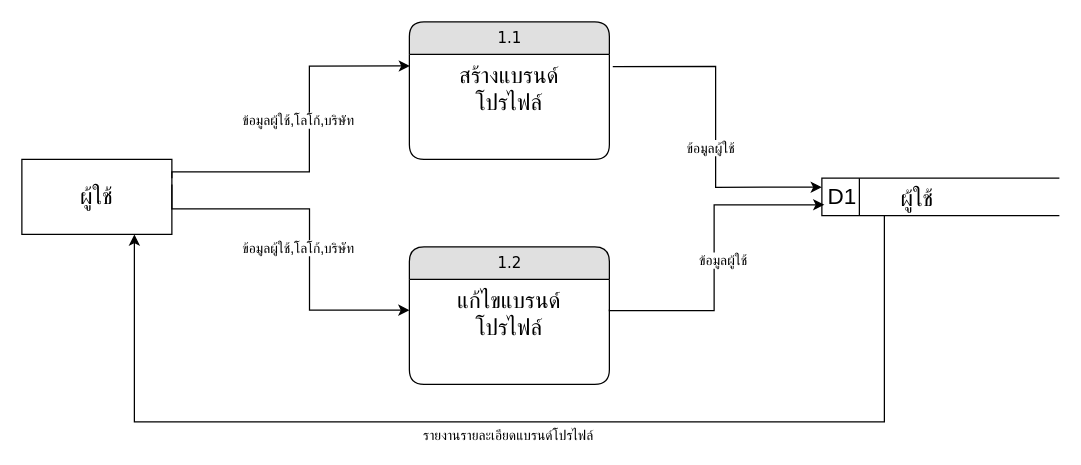
This is dataflow-pms-1.0.drawio from NewSnooker/it-udvc-pms, a draw.io file, before an edit. Source tidied: cells renumbered, new cells numbered last; positions are measured from the earlier drawing's top-left corner, leaving out a move shared by most shapes. Both pictures are drawn from the tidied source at 125%, with x=0, y=0 at pixel (21, 21).
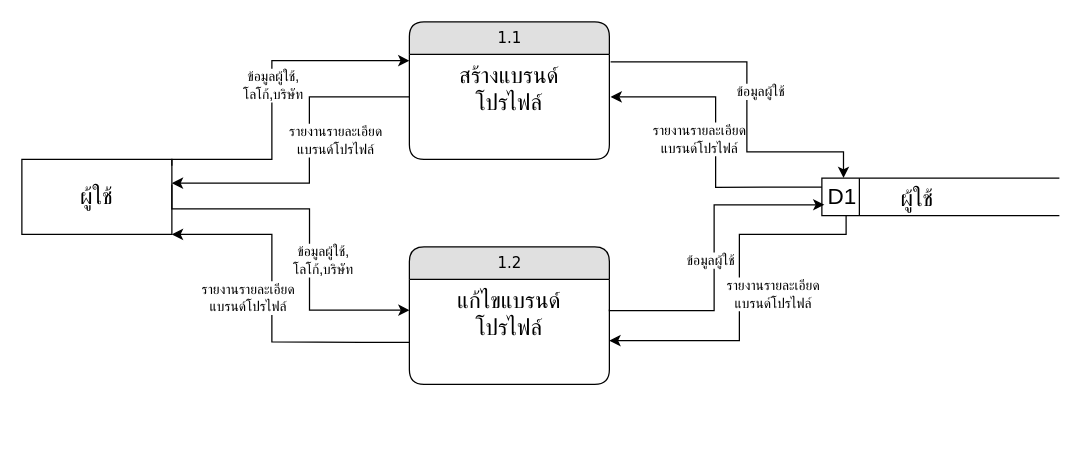
After the change.

The change refers to these unchanged cells:
```xml
<mxCell id="3" value="&lt;span style=&quot;font-size: 18px;&quot;&gt;สร้างแบรนด์&lt;br&gt;โปรไฟล์&lt;/span&gt;" style="text;html=1;strokeColor=none;fillColor=none;spacingLeft=4;spacingRight=4;whiteSpace=wrap;overflow=hidden;points=[[0,0.5],[1,0.5]];portConstraint=eastwest;align=center;" parent="2" vertex="1">
  <mxGeometry y="26" width="160" height="54" as="geometry" />
</mxCell>
<mxCell id="4" value="&lt;span style=&quot;font-size: 18px; text-wrap-mode: nowrap;&quot;&gt;ผู้ใช้&lt;/span&gt;" style="rounded=0;whiteSpace=wrap;html=1;" parent="1" vertex="1">
  <mxGeometry y="110" width="120" height="60" as="geometry" />
</mxCell>
<mxCell id="7" style="group;" parent="1" vertex="1">
  <mxGeometry x="640" y="125" width="190" height="30" as="geometry" />
</mxCell>
<mxCell id="8" value="&lt;font style=&quot;font-size: 18px;&quot;&gt;D1&lt;/font&gt;" style="html=1;dashed=0;whiteSpace=wrap;shape=mxgraph.dfd.dataStoreID;align=left;spacingLeft=3;points=[[0,0],[0.5,0],[1,0],[0,0.5],[1,0.5],[0,1],[0.5,1],[1,1]];" parent="7" vertex="1">
  <mxGeometry width="190" height="30" as="geometry" />
</mxCell>
<mxCell id="13" value="&lt;span style=&quot;font-size: 18px;&quot;&gt;แก้ไขแบรนด์&lt;br&gt;โปรไฟล์&lt;/span&gt;" style="text;html=1;strokeColor=none;fillColor=none;spacingLeft=4;spacingRight=4;whiteSpace=wrap;overflow=hidden;points=[[0,0.5],[1,0.5]];portConstraint=eastwest;align=center;" parent="12" vertex="1">
  <mxGeometry y="26" width="160" height="54" as="geometry" />
</mxCell>
<mxCell id="14" style="endArrow=classic;html=1;rounded=0;exitX=0.999;exitY=0.656;exitDx=0;exitDy=0;entryX=0.003;entryY=0.172;entryDx=0;entryDy=0;entryPerimeter=0;edgeStyle=orthogonalEdgeStyle;exitPerimeter=0;" parent="1" edge="1">
  <mxGeometry relative="1" as="geometry">
    <mxPoint x="120" y="130" as="sourcePoint" />
    <mxPoint x="310.1" y="230.6" as="targetPoint" />
    <Array as="points">
      <mxPoint x="230.1" y="149.6" />
      <mxPoint x="230.1" y="230.6" />
    </Array>
  </mxGeometry>
</mxCell>
```

Change to the diagram source:
```diff
@@
-    <mxCell id="5" style="endArrow=classic;html=1;rounded=0;exitX=1;exitY=0.25;exitDx=0;exitDy=0;entryX=0.003;entryY=0.172;entryDx=0;entryDy=0;entryPerimeter=0;edgeStyle=orthogonalEdgeStyle;" parent="1" edge="1" source="4" target="3">
-      <mxGeometry relative="1" as="geometry">
-        <Array as="points">
-          <mxPoint x="120" y="120" />
-          <mxPoint x="230" y="120" />
-          <mxPoint x="230" y="35" />
-        </Array>
-      </mxGeometry>
-    </mxCell>
-    <mxCell id="6" value="ข้อมูลผู้ใช้,โลโก้,บริษัท" style="edgeLabel;html=1;align=center;verticalAlign=middle;rotation=0;" parent="5" vertex="1">
-      <mxGeometry x="-0.06" y="2" relative="1" as="geometry">
-        <mxPoint x="-8" y="-25" as="offset" />
-      </mxGeometry>
-    </mxCell>
@@
-    <mxCell id="10" style="endArrow=classic;html=1;rounded=0;exitX=1.017;exitY=0.18;exitDx=0;exitDy=0;exitPerimeter=0;entryX=0;entryY=0.242;entryDx=0;entryDy=0;entryPerimeter=0;edgeStyle=orthogonalEdgeStyle;" parent="1" edge="1" source="3" target="8">
-      <mxGeometry relative="1" as="geometry" />
+    <mxCell id="10" style="endArrow=classic;html=1;rounded=0;entryX=0;entryY=0.242;entryDx=0;entryDy=0;entryPerimeter=0;edgeStyle=orthogonalEdgeStyle;exitX=0;exitY=0.242;exitDx=0;exitDy=0;exitPerimeter=0;" parent="7" edge="1" source="8">
+      <mxGeometry relative="1" as="geometry">
+        <mxPoint x="-169" y="-65" as="targetPoint" />
+        <Array as="points">
+          <mxPoint x="-85" y="7" />
+          <mxPoint x="-85" y="-65" />
+          <mxPoint x="-169" y="-65" />
+        </Array>
+      </mxGeometry>
     </mxCell>
-    <mxCell id="11" value="ข้อมูลผู้ใช้" style="edgeLabel;html=1;align=center;verticalAlign=middle;" parent="1" vertex="1">
-      <mxGeometry x="550" y="100" as="geometry" />
+    <mxCell id="11" value="รายงานรายละเอียด&lt;div&gt;แบรนด์โปรไฟล์&lt;/div&gt;" style="edgeLabel;html=1;align=center;verticalAlign=middle;" parent="1" vertex="1">
+      <mxGeometry x="540" y="94" as="geometry">
+        <mxPoint x="1" y="-1" as="offset" />
+      </mxGeometry>
     </mxCell>
@@
-    <mxCell id="15" value="ข้อมูลผู้ใช้,โลโก้,บริษัท" style="edgeLabel;html=1;align=center;verticalAlign=middle;rotation=0;" parent="14" vertex="1">
+    <mxCell id="15" value="ข้อมูลผู้ใช้,&lt;div&gt;โลโก้,บริษัท&lt;/div&gt;" style="edgeLabel;html=1;align=center;verticalAlign=middle;rotation=0;" parent="14" vertex="1">
       <mxGeometry x="-0.06" y="2" relative="1" as="geometry">
-        <mxPoint x="-12" y="24" as="offset" />
+        <mxPoint x="8" y="34" as="offset" />
       </mxGeometry>
     </mxCell>
@@
     <mxCell id="17" value="ข้อมูลผู้ใช้" style="edgeLabel;html=1;align=center;verticalAlign=middle;" parent="1" vertex="1">
-      <mxGeometry x="560" y="190" as="geometry" />
+      <mxGeometry x="550" y="190" as="geometry" />
     </mxCell>
-    <mxCell id="18" style="endArrow=classic;html=1;rounded=0;exitX=0.999;exitY=0.656;exitDx=0;exitDy=0;edgeStyle=orthogonalEdgeStyle;exitPerimeter=0;entryX=0.5;entryY=1;entryDx=0;entryDy=0;" parent="1" edge="1">
-      <mxGeometry relative="1" as="geometry">
-        <mxPoint x="690" y="155" as="sourcePoint" />
-        <mxPoint x="90" y="170" as="targetPoint" />
-        <Array as="points">
-          <mxPoint x="690" y="320" />
-          <mxPoint x="90" y="320" />
-        </Array>
-      </mxGeometry>
-    </mxCell>
-    <mxCell id="19" value="รายงานรายละเอียดแบรนด์โปรไฟล์" style="edgeLabel;html=1;align=center;verticalAlign=middle;rotation=0;" parent="18" vertex="1">
-      <mxGeometry x="-0.06" y="2" relative="1" as="geometry">
-        <mxPoint x="-37" y="8" as="offset" />
-      </mxGeometry>
-    </mxCell>
+    <mxCell id="20" style="endArrow=classic;html=1;rounded=0;exitX=0.102;exitY=0.997;exitDx=0;exitDy=0;exitPerimeter=0;edgeStyle=orthogonalEdgeStyle;" parent="1" edge="1" source="8" target="13">
+      <mxGeometry relative="1" as="geometry">
+        <Array as="points">
+          <mxPoint x="659" y="170" />
+          <mxPoint x="574" y="170" />
+          <mxPoint x="574" y="255" />
+        </Array>
+      </mxGeometry>
+    </mxCell>
+    <mxCell id="21" value="รายงานรายละเอียด&lt;div&gt;แบรนด์โปรไฟล์&lt;/div&gt;" style="edgeLabel;html=1;align=center;verticalAlign=middle;" parent="20" vertex="1">
+      <mxGeometry x="0.02" relative="1" as="geometry">
+        <mxPoint x="26" as="offset" />
+      </mxGeometry>
+    </mxCell>
+    <mxCell id="22" style="endArrow=classic;html=1;rounded=0;edgeStyle=orthogonalEdgeStyle;exitX=-0.014;exitY=0.82;exitDx=0;exitDy=0;exitPerimeter=0;entryX=1;entryY=1;entryDx=0;entryDy=0;" parent="1" edge="1" target="4">
+      <mxGeometry relative="1" as="geometry">
+        <mxPoint x="310" y="256.3" as="sourcePoint" />
+        <Array as="points">
+          <mxPoint x="272" y="256" />
+          <mxPoint x="200" y="256" />
+          <mxPoint x="200" y="170" />
+        </Array>
+      </mxGeometry>
+    </mxCell>
+    <mxCell id="23" value="รายงานรายละเอียด&lt;div&gt;แบรนด์โปรไฟล์&lt;/div&gt;" style="edgeLabel;html=1;align=center;verticalAlign=middle;" parent="22" vertex="1">
+      <mxGeometry x="0.02" relative="1" as="geometry">
+        <mxPoint x="-20" y="-5" as="offset" />
+      </mxGeometry>
+    </mxCell>
+    <mxCell id="24" style="endArrow=classic;html=1;rounded=0;exitX=1;exitY=0.25;exitDx=0;exitDy=0;edgeStyle=orthogonalEdgeStyle;" parent="1" edge="1">
+      <mxGeometry relative="1" as="geometry">
+        <mxPoint x="120" y="115" as="sourcePoint" />
+        <mxPoint x="310" y="31" as="targetPoint" />
+        <Array as="points">
+          <mxPoint x="120" y="110" />
+          <mxPoint x="200" y="110" />
+          <mxPoint x="200" y="31" />
+          <mxPoint x="310" y="31" />
+        </Array>
+      </mxGeometry>
+    </mxCell>
+    <mxCell id="25" value="ข้อมูลผู้ใช้,&lt;div&gt;โลโก้,บริษัท&lt;/div&gt;" style="edgeLabel;html=1;align=center;verticalAlign=middle;rotation=0;" parent="24" vertex="1">
+      <mxGeometry x="-0.06" y="2" relative="1" as="geometry">
+        <mxPoint x="2" y="-16" as="offset" />
+      </mxGeometry>
+    </mxCell>
+    <mxCell id="5" style="endArrow=classic;html=1;rounded=0;edgeStyle=orthogonalEdgeStyle;" parent="1" edge="1" source="3" target="4">
+      <mxGeometry relative="1" as="geometry">
+        <Array as="points">
+          <mxPoint x="230" y="60" />
+          <mxPoint x="230" y="129" />
+        </Array>
+      </mxGeometry>
+    </mxCell>
+    <mxCell id="6" value="รายงานรายละเอียด&lt;div&gt;แบรนด์โปรไฟล์&lt;/div&gt;" style="edgeLabel;html=1;align=center;verticalAlign=middle;rotation=0;" parent="5" vertex="1">
+      <mxGeometry x="-0.06" y="2" relative="1" as="geometry">
+        <mxPoint x="18" y="-8" as="offset" />
+      </mxGeometry>
+    </mxCell>
+    <mxCell id="26" style="endArrow=classic;html=1;rounded=0;entryX=0.091;entryY=-0.005;entryDx=0;entryDy=0;entryPerimeter=0;edgeStyle=orthogonalEdgeStyle;" parent="1" edge="1" target="8">
+      <mxGeometry relative="1" as="geometry">
+        <mxPoint x="471" y="32" as="sourcePoint" />
+        <Array as="points">
+          <mxPoint x="580" y="32" />
+          <mxPoint x="580" y="104" />
+          <mxPoint x="657" y="104" />
+        </Array>
+      </mxGeometry>
+    </mxCell>
+    <mxCell id="27" value="ข้อมูลผู้ใช้" style="edgeLabel;html=1;align=center;verticalAlign=middle;" parent="26" vertex="1">
+      <mxGeometry x="0.02" relative="1" as="geometry">
+        <mxPoint x="10" y="-10" as="offset" />
+      </mxGeometry>
+    </mxCell>
```
